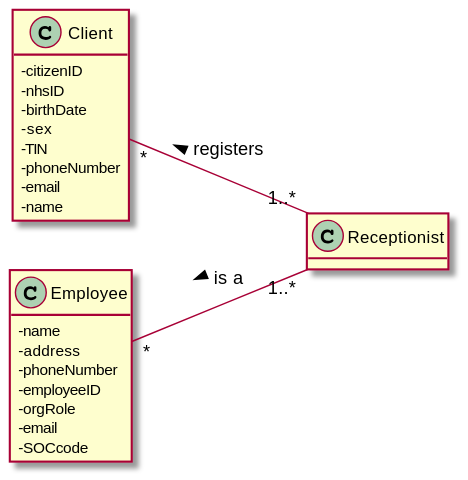
0franciscor/lei-21-s2-1de-g19 keeps this PlantUML diagram as docs/SprintB/US03/US03-MD.svg. Above is the earlier version.
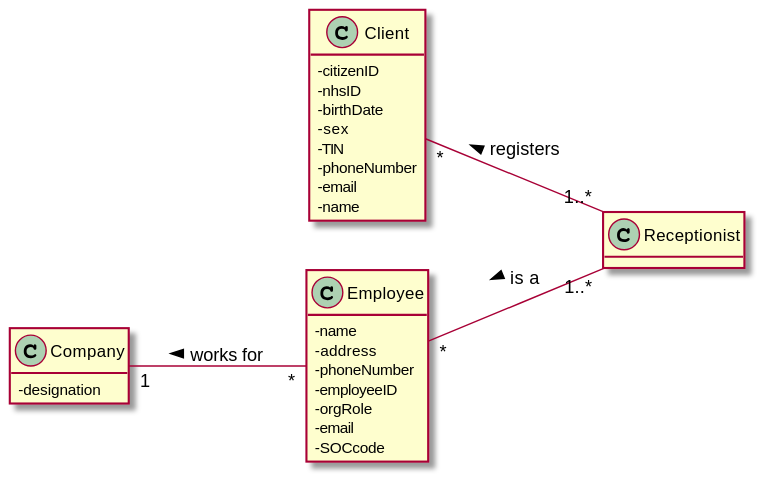
Later version of the same file.

Commit message:
Alteração do excerto do modelo de domínio da US3

The edit, as a diff of the source:
```diff
@@ -4,12 +4,18 @@
 class Receptionist
 class Client
 class Employee
+class Company
 left to right direction
 
 Client "*" -- "1..*" Receptionist : < registers
 Employee "*" -- "1..*" Receptionist : < is a
+Company "1" -- "*" Employee : < works for
 
 skinparam classAttributeIconSize 0
+
+class Company{
+-designation
+}
 
 class Receptionist{
 }
@@ -35,6 +41,4 @@
 -SOCcode
 }
 
-
-
 @enduml
```
